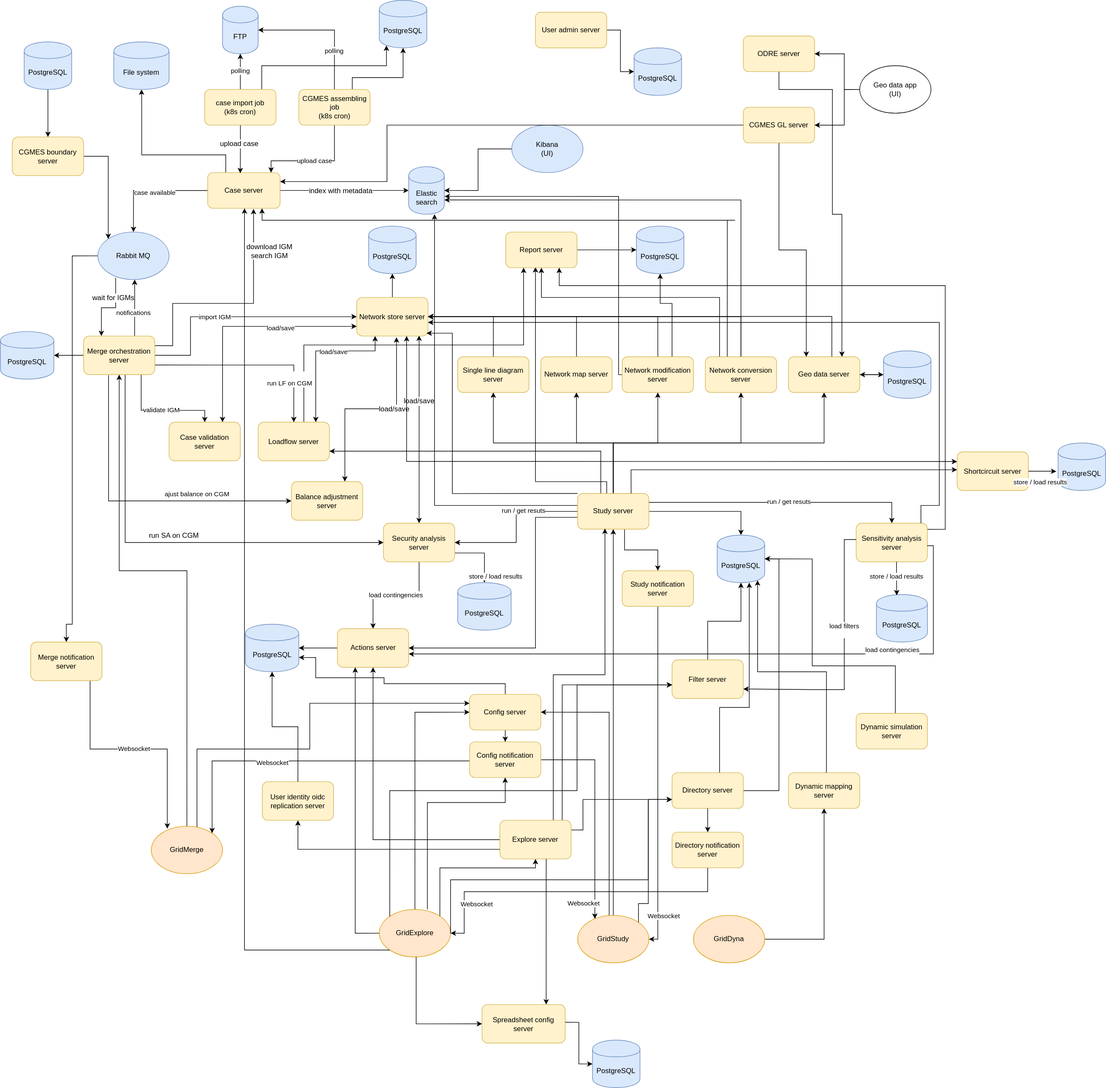
The draw.io diagram diagrams/gridsuite_architecture.svg in gridsuite/documentation, before a commit. Source tidied: cells renumbered, new cells last; positions are measured from the earlier drawing's top-left corner, leaving out a move shared by most shapes.
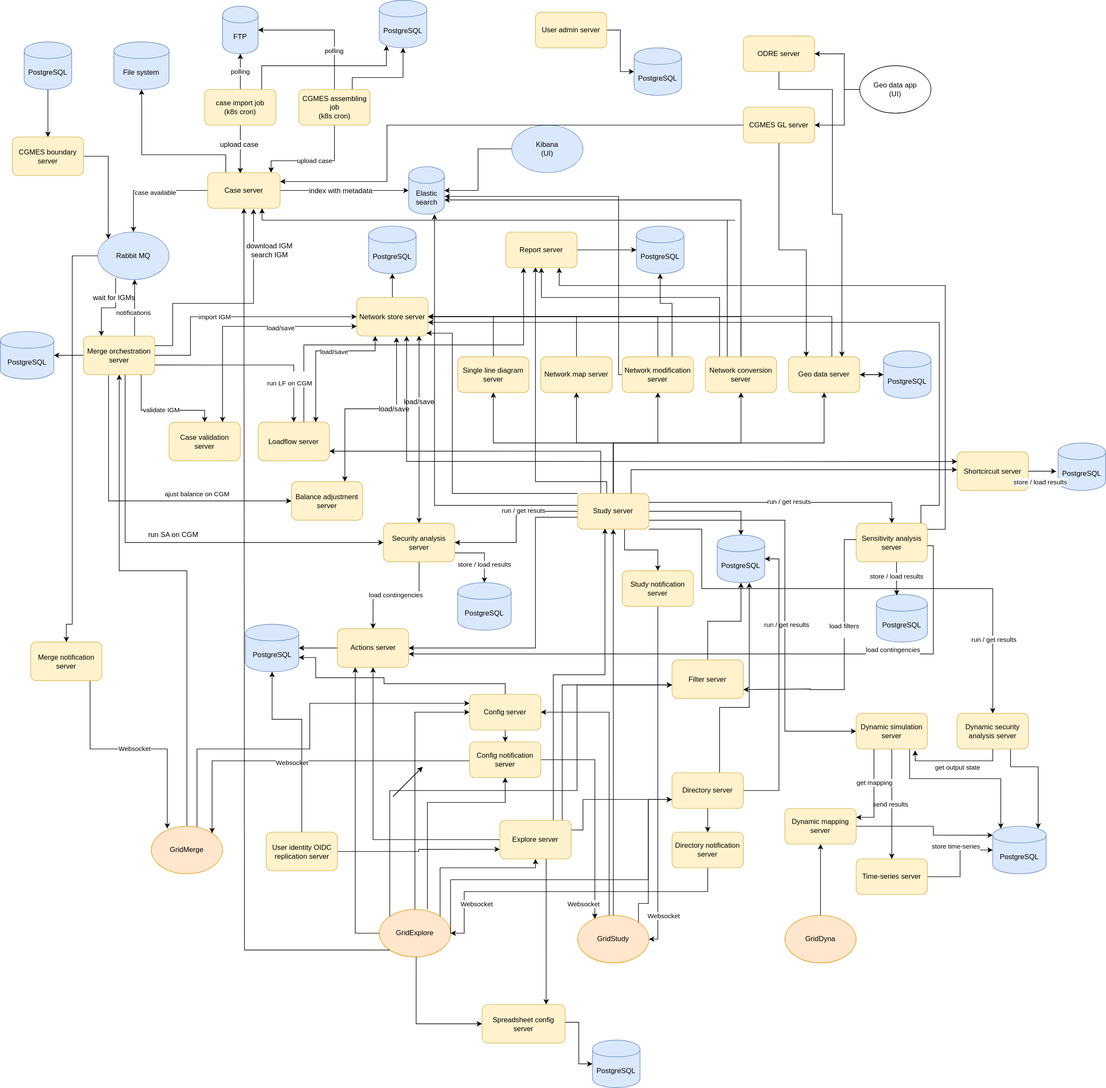
The same file after the commit.

Commit message:
Dynamic security analysis documentation (#16)

Diff of the diagram source:
```diff
@@ -345,6 +345,31 @@
         </Array>
       </mxGeometry>
     </mxCell>
+    <mxCell id="188" style="edgeStyle=orthogonalEdgeStyle;rounded=0;jettySize=auto;html=1;exitX=1;exitY=0.75;exitDx=0;exitDy=0;entryX=0;entryY=0.5;entryDx=0;entryDy=0;" parent="1" edge="1" source="76" target="147">
+      <mxGeometry relative="1" as="geometry">
+        <Array as="points">
+          <mxPoint x="1321" y="875" />
+          <mxPoint x="1321" y="1230" />
+        </Array>
+      </mxGeometry>
+    </mxCell>
+    <mxCell id="189" value="&lt;div&gt;run / get results&lt;/div&gt;" style="edgeLabel;html=1;align=center;verticalAlign=middle;" parent="188" vertex="1">
+      <mxGeometry x="0.15" y="2" relative="1" as="geometry" />
+    </mxCell>
+    <mxCell id="190" style="edgeStyle=orthogonalEdgeStyle;rounded=0;jettySize=auto;html=1;exitX=1;exitY=1;exitDx=0;exitDy=0;entryX=0.5;entryY=0;entryDx=0;entryDy=0;" parent="1" edge="1" source="76" target="197">
+      <mxGeometry relative="1" as="geometry">
+        <Array as="points">
+          <mxPoint x="1181" y="890" />
+          <mxPoint x="1181" y="990" />
+          <mxPoint x="1671" y="990" />
+        </Array>
+      </mxGeometry>
+    </mxCell>
+    <mxCell id="191" value="&lt;div&gt;run / get results&lt;/div&gt;" style="edgeLabel;html=1;align=center;verticalAlign=middle;" parent="190" vertex="1">
+      <mxGeometry x="0.72" y="1" relative="1" as="geometry">
+        <mxPoint y="1" as="offset" />
+      </mxGeometry>
+    </mxCell>
     <mxCell id="76" value="Study server" style="rounded=1;whiteSpace=wrap;html=1;fillColor=#fff2cc;strokeColor=#d6b656;" parent="1" vertex="1">
       <mxGeometry x="972" y="830" width="120" height="60" as="geometry" />
     </mxCell>
@@ -604,23 +629,22 @@
     <mxCell id="131" value="Directory server" style="rounded=1;whiteSpace=wrap;html=1;fillColor=#fff2cc;strokeColor=#d6b656;" parent="1" vertex="1">
       <mxGeometry x="1131" y="1300" width="120" height="60" as="geometry" />
     </mxCell>
-    <mxCell id="132" style="edgeStyle=orthogonalEdgeStyle;rounded=0;jettySize=auto;html=1;entryX=0.85;entryY=0.95;entryDx=0;entryDy=0;entryPerimeter=0;exitX=0.5;exitY=0;exitDx=0;exitDy=0;" parent="1" edge="1" source="133" target="121">
+    <mxCell id="132" style="edgeStyle=orthogonalEdgeStyle;rounded=0;jettySize=auto;html=1;entryX=0;entryY=0.188;entryDx=0;entryDy=0;exitX=1;exitY=0.5;exitDx=0;exitDy=0;entryPerimeter=0;" parent="1" edge="1" source="133" target="201">
       <mxGeometry relative="1" as="geometry">
         <Array as="points">
-          <mxPoint x="1391" y="1300" />
-          <mxPoint x="1391" y="1130" />
-          <mxPoint x="1275" y="1130" />
+          <mxPoint x="1571" y="1390" />
+          <mxPoint x="1571" y="1405" />
         </Array>
       </mxGeometry>
     </mxCell>
     <mxCell id="133" value="Dynamic mapping server" style="rounded=1;whiteSpace=wrap;html=1;fillColor=#fff2cc;strokeColor=#d6b656;" parent="1" vertex="1">
-      <mxGeometry x="1327" y="1300" width="120" height="60" as="geometry" />
+      <mxGeometry x="1321" y="1360" width="120" height="60" as="geometry" />
     </mxCell>
     <mxCell id="134" style="edgeStyle=orthogonalEdgeStyle;rounded=0;jettySize=auto;html=1;" parent="1" edge="1" source="135" target="133">
       <mxGeometry relative="1" as="geometry" />
     </mxCell>
     <mxCell id="135" value="GridDyna" style="ellipse;whiteSpace=wrap;html=1;fillColor=#ffe6cc;strokeColor=#d79b00;" parent="1" vertex="1">
-      <mxGeometry x="1167" y="1540" width="120" height="80" as="geometry" />
+      <mxGeometry x="1321" y="1540" width="120" height="80" as="geometry" />
     </mxCell>
     <mxCell id="136" style="edgeStyle=orthogonalEdgeStyle;rounded=0;jettySize=auto;html=1;entryX=1;entryY=0;entryDx=0;entryDy=0;exitX=0;exitY=0.5;exitDx=0;exitDy=0;" parent="1" edge="1" source="140" target="104">
       <mxGeometry relative="1" as="geometry">
@@ -632,7 +656,7 @@
     </mxCell>
     <mxCell id="137" value="Websocket" style="edgeLabel;html=1;align=center;verticalAlign=middle;" parent="136" vertex="1">
       <mxGeometry x="-0.25" y="2" relative="1" as="geometry">
-        <mxPoint x="-126" as="offset" />
+        <mxPoint x="-93" as="offset" />
       </mxGeometry>
     </mxCell>
     <mxCell id="138" style="edgeStyle=orthogonalEdgeStyle;rounded=0;jettySize=auto;html=1;" parent="1" edge="1" source="140" target="110">
@@ -675,15 +699,33 @@
     <mxCell id="145" value="&lt;div&gt;Explore server&lt;/div&gt;" style="rounded=1;whiteSpace=wrap;html=1;fillColor=#fff2cc;strokeColor=#d6b656;" parent="1" vertex="1">
       <mxGeometry x="841" y="1380" width="120" height="65" as="geometry" />
     </mxCell>
-    <mxCell id="146" style="edgeStyle=orthogonalEdgeStyle;rounded=0;jettySize=auto;html=1;entryX=1;entryY=0.5;entryDx=0;entryDy=0;" parent="1" edge="1" source="147" target="121">
+    <mxCell id="146" style="edgeStyle=orthogonalEdgeStyle;rounded=0;jettySize=auto;html=1;entryX=0.15;entryY=0.05;entryDx=0;entryDy=0;entryPerimeter=0;exitX=0.75;exitY=1;exitDx=0;exitDy=0;" parent="1" edge="1" source="147" target="201">
       <mxGeometry relative="1" as="geometry">
         <Array as="points">
-          <mxPoint x="1507" y="1120" />
-          <mxPoint x="1367" y="1120" />
-          <mxPoint x="1367" y="940" />
+          <mxPoint x="1531" y="1310" />
+          <mxPoint x="1684" y="1310" />
         </Array>
       </mxGeometry>
     </mxCell>
+    <mxCell id="192" style="edgeStyle=orthogonalEdgeStyle;rounded=0;jettySize=auto;html=1;exitX=0.5;exitY=1;exitDx=0;exitDy=0;entryX=0.5;entryY=0;entryDx=0;entryDy=0;" parent="1" edge="1" source="147" target="200">
+      <mxGeometry relative="1" as="geometry">
+        <Array as="points">
+          <mxPoint x="1501" y="1430" />
+          <mxPoint x="1501" y="1430" />
+        </Array>
+      </mxGeometry>
+    </mxCell>
+    <mxCell id="193" value="send results" style="edgeLabel;html=1;align=center;verticalAlign=middle;" parent="192" vertex="1">
+      <mxGeometry x="0.14" y="-4" relative="1" as="geometry">
+        <mxPoint x="1" y="-14" as="offset" />
+      </mxGeometry>
+    </mxCell>
+    <mxCell id="194" style="edgeStyle=orthogonalEdgeStyle;rounded=0;jettySize=auto;html=1;exitX=0.25;exitY=1;exitDx=0;exitDy=0;entryX=1;entryY=0.25;entryDx=0;entryDy=0;" parent="1" edge="1" source="147" target="133">
+      <mxGeometry relative="1" as="geometry" />
+    </mxCell>
+    <mxCell id="195" value="&lt;div&gt;get mapping&lt;/div&gt;" style="edgeLabel;html=1;align=center;verticalAlign=middle;" parent="194" vertex="1">
+      <mxGeometry x="-0.23" relative="1" as="geometry" />
+    </mxCell>
     <mxCell id="147" value="Dynamic simulation server" style="rounded=1;whiteSpace=wrap;html=1;fillColor=#fff2cc;strokeColor=#d6b656;" parent="1" vertex="1">
       <mxGeometry x="1441" y="1200" width="120" height="60" as="geometry" />
     </mxCell>
@@ -913,14 +955,69 @@
         </Array>
       </mxGeometry>
     </mxCell>
-    <mxCell id="185" value="&lt;div&gt;User identity oidc replication server&lt;/div&gt;" style="rounded=1;whiteSpace=wrap;html=1;fillColor=#fff2cc;strokeColor=#d6b656;" parent="1" vertex="1">
-      <mxGeometry x="441" y="1315" width="120" height="65" as="geometry" />
-    </mxCell>
-    <mxCell id="186" style="edgeStyle=orthogonalEdgeStyle;rounded=0;jettySize=auto;html=1;entryX=0.5;entryY=1;entryDx=0;entryDy=0;exitX=0;exitY=0.75;exitDx=0;exitDy=0;" parent="1" edge="1" source="145" target="185">
-      <mxGeometry relative="1" as="geometry" />
-    </mxCell>
-    <mxCell id="187" style="edgeStyle=orthogonalEdgeStyle;rounded=0;jettySize=auto;html=1;exitX=0.5;exitY=0;exitDx=0;exitDy=0;entryX=0.5;entryY=1;entryDx=0;entryDy=0;" parent="1" edge="1" source="185" target="51">
-      <mxGeometry relative="1" as="geometry" />
-    </mxCell>
+    <mxCell id="196" style="edgeStyle=orthogonalEdgeStyle;rounded=0;jettySize=auto;html=1;entryX=0.85;entryY=0.05;entryDx=0;entryDy=0;entryPerimeter=0;exitX=0.75;exitY=1;exitDx=0;exitDy=0;" parent="1" edge="1" source="197" target="201">
+      <mxGeometry relative="1" as="geometry">
+        <Array as="points">
+          <mxPoint x="1701" y="1290" />
+          <mxPoint x="1748" y="1290" />
+        </Array>
+      </mxGeometry>
+    </mxCell>
+    <mxCell id="197" value="&lt;div&gt;Dynamic security analysis server&lt;/div&gt;" style="rounded=1;whiteSpace=wrap;html=1;fillColor=#fff2cc;strokeColor=#d6b656;" parent="1" vertex="1">
+      <mxGeometry x="1611" y="1200" width="120" height="60" as="geometry" />
+    </mxCell>
+    <mxCell id="198" style="edgeStyle=orthogonalEdgeStyle;rounded=0;jettySize=auto;html=1;exitX=1;exitY=0.5;exitDx=0;exitDy=0;" parent="1" edge="1" source="200" target="201">
+      <mxGeometry relative="1" as="geometry" />
+    </mxCell>
+    <mxCell id="199" value="&lt;div&gt;store time-series&lt;/div&gt;" style="edgeLabel;html=1;align=center;verticalAlign=middle;" parent="198" vertex="1">
+      <mxGeometry x="0.22" y="-2" relative="1" as="geometry">
+        <mxPoint x="-10" y="-12" as="offset" />
+      </mxGeometry>
+    </mxCell>
+    <mxCell id="200" value="&lt;div&gt;Time-series server&lt;/div&gt;" style="rounded=1;whiteSpace=wrap;html=1;fillColor=#fff2cc;strokeColor=#d6b656;" parent="1" vertex="1">
+      <mxGeometry x="1441" y="1445" width="120" height="60" as="geometry" />
+    </mxCell>
+    <mxCell id="201" value="PostgreSQL" style="shape=cylinder;whiteSpace=wrap;html=1;boundedLbl=1;backgroundOutline=1;fillColor=#dae8fc;strokeColor=#6c8ebf;" parent="1" vertex="1">
+      <mxGeometry x="1671" y="1390" width="90" height="80" as="geometry" />
+    </mxCell>
+    <mxCell id="202" style="edgeStyle=orthogonalEdgeStyle;rounded=0;jettySize=auto;html=1;exitX=0.5;exitY=1;exitDx=0;exitDy=0;entryX=0.828;entryY=1.039;entryDx=0;entryDy=0;entryPerimeter=0;" parent="1" edge="1" source="197" target="147">
+      <mxGeometry relative="1" as="geometry">
+        <Array as="points">
+          <mxPoint x="1671" y="1280" />
+          <mxPoint x="1540" y="1280" />
+        </Array>
+      </mxGeometry>
+    </mxCell>
+    <mxCell id="203" value="&lt;div&gt;get output state &lt;br&gt;&lt;/div&gt;" style="edgeLabel;html=1;align=center;verticalAlign=middle;" parent="202" vertex="1">
+      <mxGeometry x="-0.29" y="-2" relative="1" as="geometry">
+        <mxPoint x="-20" y="12" as="offset" />
+      </mxGeometry>
+    </mxCell>
+    <mxCell id="204" style="edgeStyle=orthogonalEdgeStyle;rounded=0;jettySize=auto;html=1;exitX=0.5;exitY=0;exitDx=0;exitDy=0;entryX=0.5;entryY=1;entryDx=0;entryDy=0;" parent="1" edge="1" source="206" target="51">
+      <mxGeometry relative="1" as="geometry">
+        <Array as="points">
+          <mxPoint x="508" y="1210" />
+          <mxPoint x="458" y="1210" />
+        </Array>
+      </mxGeometry>
+    </mxCell>
+    <mxCell id="205" style="edgeStyle=orthogonalEdgeStyle;rounded=0;jettySize=auto;html=1;exitX=1;exitY=0.5;exitDx=0;exitDy=0;entryX=0;entryY=0.75;entryDx=0;entryDy=0;" parent="1" edge="1" source="206" target="145">
+      <mxGeometry relative="1" as="geometry" />
+    </mxCell>
+    <mxCell id="206" value="User identity OIDC replication server" style="rounded=1;whiteSpace=wrap;html=1;fillColor=#fff2cc;strokeColor=#d6b656;" parent="1" vertex="1">
+      <mxGeometry x="447.5" y="1400" width="120" height="65" as="geometry" />
+    </mxCell>
+    <mxCell id="207" style="endArrow=classic;html=1;rounded=0;" parent="1" edge="1">
+      <mxGeometry relative="1" as="geometry">
+        <mxPoint x="661" y="1340" as="sourcePoint" />
+        <mxPoint x="711" y="1290" as="targetPoint" />
+      </mxGeometry>
+    </mxCell>
+    <mxCell id="208" style="endArrow=classic;html=1;rounded=0;" parent="1" edge="1">
+      <mxGeometry relative="1" as="geometry">
+        <mxPoint x="661" y="1340" as="sourcePoint" />
+        <mxPoint x="711" y="1290" as="targetPoint" />
+      </mxGeometry>
+    </mxCell>
   </root>
 </mxGraphModel>
```
